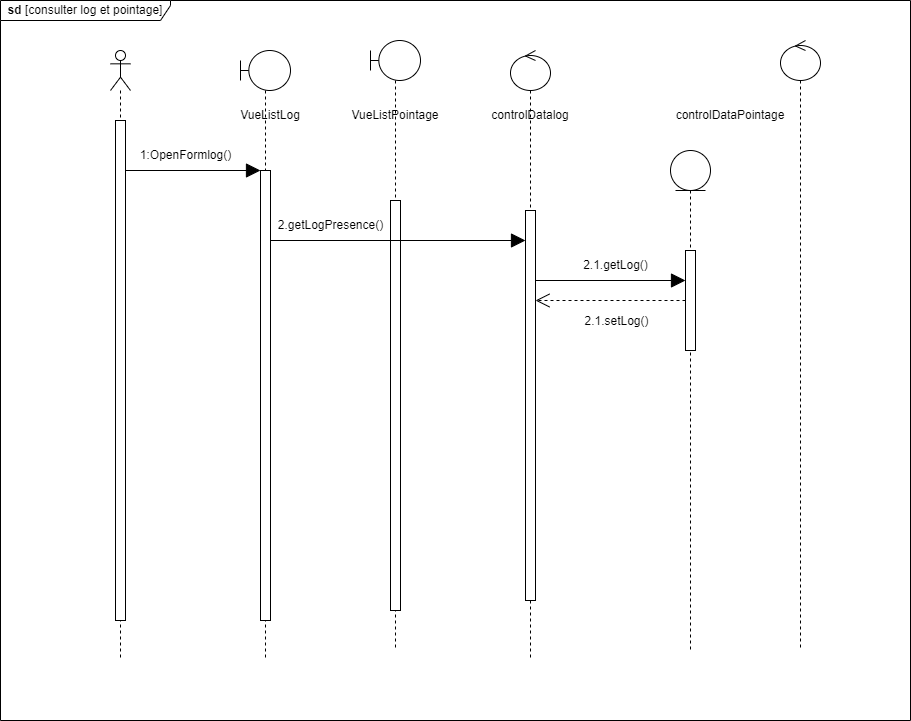
Before: static/Diagramme des séquences conceptuel  log et pointage .drawio.png, a diagram exported from draw.io (Siluearsene/borne_biometrique). Source tidied: cells renumbered, new cells last; positions are measured from the earlier drawing's top-left corner, leaving out a move shared by most shapes.
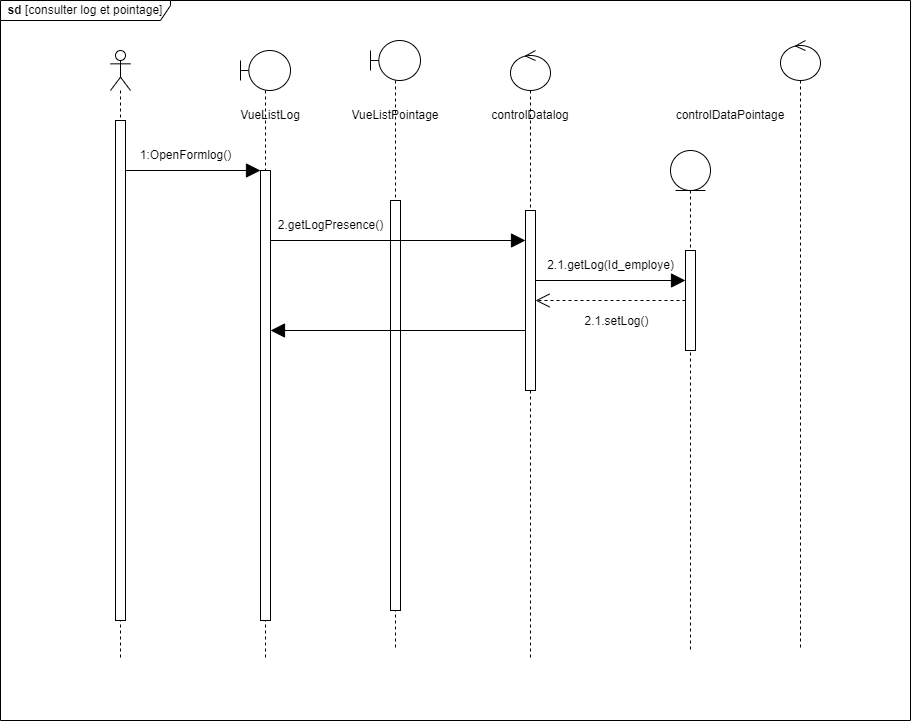
Later version of the same file.

Commit message:
Mettre à jour Diagramme des séquences conceptuel  log et pointage .drawio.png

Change to the diagram source:
```diff
@@ -50,7 +50,7 @@
       <mxGeometry x="500" y="100" width="60" height="30" as="geometry" />
     </mxCell>
     <mxCell id="17" style="html=1;points=[];perimeter=orthogonalPerimeter;outlineConnect=0;targetShapes=umlLifeline;portConstraint=eastwest;newEdgeStyle={&quot;edgeStyle&quot;:&quot;elbowEdgeStyle&quot;,&quot;elbow&quot;:&quot;vertical&quot;,&quot;curved&quot;:0,&quot;rounded&quot;:0};" parent="1" vertex="1">
-      <mxGeometry x="525" y="210" width="10" height="390" as="geometry" />
+      <mxGeometry x="525" y="210" width="10" height="180" as="geometry" />
     </mxCell>
     <mxCell id="18" value="controlDataPointage" style="text;html=1;strokeColor=none;fillColor=none;align=center;verticalAlign=middle;whiteSpace=wrap;rounded=0;" parent="1" vertex="1">
       <mxGeometry x="700" y="100" width="60" height="30" as="geometry" />
@@ -63,8 +63,8 @@
     <mxCell id="20" value="2.getLogPresence()" style="text;html=1;align=center;verticalAlign=middle;strokeColor=none;fillColor=none;" parent="1" vertex="1">
       <mxGeometry x="265" y="210" width="130" height="30" as="geometry" />
     </mxCell>
-    <mxCell id="21" value="2.1.getLog()" style="text;html=1;align=center;verticalAlign=middle;strokeColor=none;fillColor=none;" parent="1" vertex="1">
-      <mxGeometry x="570" y="250" width="90" height="30" as="geometry" />
+    <mxCell id="21" value="2.1.getLog(Id_employe)" style="text;html=1;align=center;verticalAlign=middle;strokeColor=none;fillColor=none;" parent="1" vertex="1">
+      <mxGeometry x="535" y="250" width="150" height="30" as="geometry" />
     </mxCell>
     <mxCell id="22" style="endArrow=block;endFill=1;endSize=12;html=1;rounded=0;" parent="1" edge="1">
       <mxGeometry relative="1" as="geometry">
@@ -83,5 +83,11 @@
         <mxPoint x="8" y="15" as="offset" />
       </mxGeometry>
     </mxCell>
+    <mxCell id="26" style="endArrow=block;endFill=1;endSize=12;html=1;rounded=0;" parent="1" edge="1">
+      <mxGeometry relative="1" as="geometry">
+        <mxPoint x="525" y="330" as="sourcePoint" />
+        <mxPoint x="270" y="330" as="targetPoint" />
+      </mxGeometry>
+    </mxCell>
   </root>
 </mxGraphModel>
```
